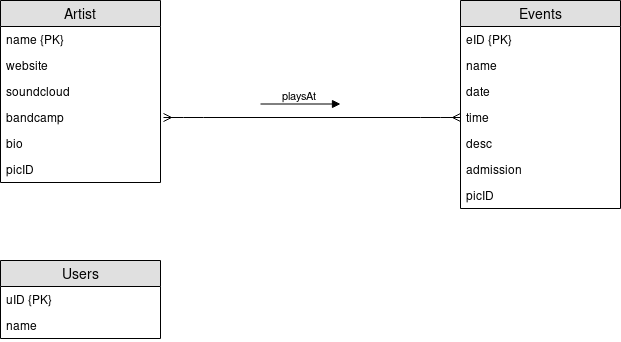
Before: bot/doc/dbuml.png, a diagram exported from draw.io (wuest-halle/wuestbot). Source tidied: cells renumbered, new cells last; positions are measured from the earlier drawing's top-left corner, leaving out a move shared by most shapes.
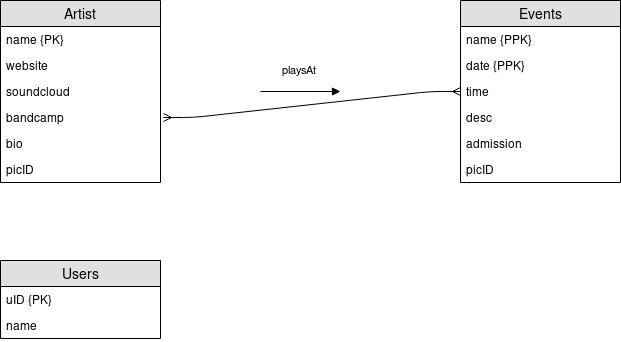
The same diagram one commit later.

Commit message:
updated dbuml.png with new primary keys in events table

Diff of the diagram source:
```diff
@@ -12,28 +12,25 @@
       <mxGeometry y="52" width="160" height="26" as="geometry" />
     </mxCell>
     <mxCell id="5" value="Events" style="swimlane;fontStyle=0;horizontal=1;startSize=26;fillColor=#e0e0e0;swimlaneFillColor=#ffffff;align=center;fontSize=14;" parent="1" vertex="1">
-      <mxGeometry x="460" width="160" height="208" as="geometry" />
+      <mxGeometry x="460" width="160" height="182" as="geometry" />
     </mxCell>
-    <mxCell id="6" value="eID {PK}" style="text;strokeColor=none;fillColor=none;spacingLeft=4;spacingRight=4;overflow=hidden;fontSize=12;" parent="5" vertex="1">
-      <mxGeometry y="26" width="160" height="26" as="geometry" />
-    </mxCell>
-    <mxCell id="7" value="name" style="text;strokeColor=none;fillColor=none;spacingLeft=4;spacingRight=4;overflow=hidden;fontSize=12;" parent="5" vertex="1">
-      <mxGeometry y="52" width="160" height="26" as="geometry" />
+    <mxCell id="7" value="name {PPK}" style="text;strokeColor=none;fillColor=none;spacingLeft=4;spacingRight=4;overflow=hidden;fontSize=12;" parent="5" vertex="1">
+      <mxGeometry y="26" width="160" height="26" as="geometry" />
     </mxCell>
-    <mxCell id="8" value="date" style="text;strokeColor=none;fillColor=none;spacingLeft=4;spacingRight=4;overflow=hidden;fontSize=12;" parent="5" vertex="1">
-      <mxGeometry y="78" width="160" height="26" as="geometry" />
+    <mxCell id="8" value="date {PPK}" style="text;strokeColor=none;fillColor=none;spacingLeft=4;spacingRight=4;overflow=hidden;fontSize=12;" parent="5" vertex="1">
+      <mxGeometry y="52" width="160" height="26" as="geometry" />
     </mxCell>
     <mxCell id="9" value="time&#10;" style="text;strokeColor=none;fillColor=none;spacingLeft=4;spacingRight=4;overflow=hidden;points=[[0,0.5],[1,0.5]];portConstraint=eastwest;fontSize=12;" parent="5" vertex="1">
-      <mxGeometry y="104" width="160" height="26" as="geometry" />
+      <mxGeometry y="78" width="160" height="26" as="geometry" />
     </mxCell>
     <mxCell id="10" value="desc" style="text;strokeColor=none;fillColor=none;spacingLeft=4;spacingRight=4;overflow=hidden;fontSize=12;" parent="5" vertex="1">
-      <mxGeometry y="130" width="160" height="26" as="geometry" />
+      <mxGeometry y="104" width="160" height="26" as="geometry" />
     </mxCell>
     <mxCell id="11" value="admission" style="text;strokeColor=none;fillColor=none;spacingLeft=4;spacingRight=4;overflow=hidden;fontSize=12;" parent="5" vertex="1">
-      <mxGeometry y="156" width="160" height="26" as="geometry" />
+      <mxGeometry y="130" width="160" height="26" as="geometry" />
     </mxCell>
     <mxCell id="12" value="picID" style="text;strokeColor=none;fillColor=none;spacingLeft=4;spacingRight=4;overflow=hidden;fontSize=12;" parent="5" vertex="1">
-      <mxGeometry y="182" width="160" height="26" as="geometry" />
+      <mxGeometry y="156" width="160" height="26" as="geometry" />
     </mxCell>
     <mxCell id="13" value="Artist" style="swimlane;fontStyle=0;horizontal=1;startSize=26;fillColor=#e0e0e0;swimlaneFillColor=#ffffff;align=center;fontSize=14;" parent="1" vertex="1">
       <mxGeometry width="160" height="182" as="geometry" />
@@ -62,9 +59,10 @@
       </mxGeometry>
     </mxCell>
     <mxCell id="21" value="&lt;div&gt;playsAt&lt;/div&gt;" style="html=1;verticalAlign=bottom;endArrow=block;" parent="1" edge="1">
-      <mxGeometry relative="1" as="geometry">
-        <mxPoint x="260" y="103.5" as="sourcePoint" />
-        <mxPoint x="340" y="103.5" as="targetPoint" />
+      <mxGeometry y="14" relative="1" as="geometry">
+        <mxPoint x="260" y="91" as="sourcePoint" />
+        <mxPoint x="340" y="91" as="targetPoint" />
+        <mxPoint y="1" as="offset" />
       </mxGeometry>
     </mxCell>
   </root>
```
